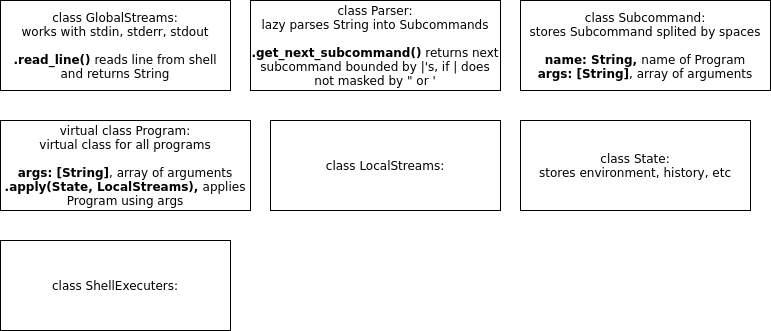
Earlier version of the draw.io export bash/diagrams/classes.png (ruthenium96/architecture2022). Source tidied: cells renumbered, new cells last; positions are measured from the earlier drawing's top-left corner, leaving out a move shared by most shapes.
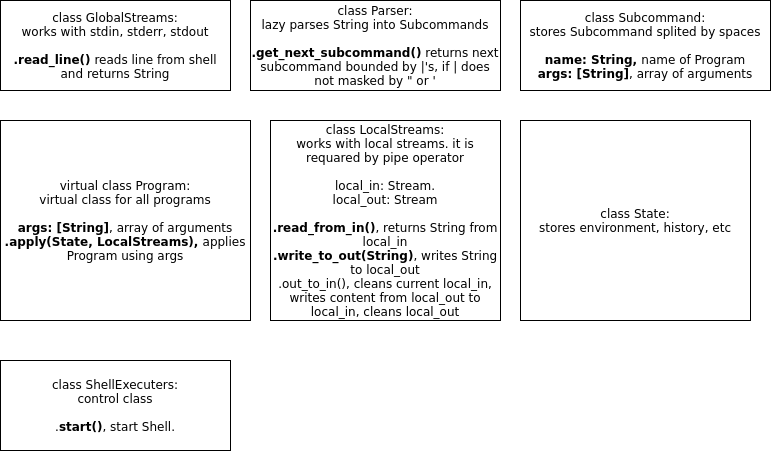
After the commit.

Commit message:
Diagram of classes, update.

What changed in the source:
```diff
@@ -12,16 +12,16 @@
       <mxGeometry x="520" width="250" height="90" as="geometry" />
     </mxCell>
     <mxCell id="5" value="virtual class Program:&lt;br&gt;virtual class for all programs&lt;br&gt;&lt;br&gt;&lt;b&gt;args: [String]&lt;/b&gt;, array of arguments&lt;br&gt;&lt;b&gt;.apply(State, LocalStreams), &lt;/b&gt;applies Program using args" style="rounded=0;whiteSpace=wrap;html=1;" parent="1" vertex="1">
-      <mxGeometry y="120" width="250" height="90" as="geometry" />
+      <mxGeometry y="120" width="250" height="200" as="geometry" />
     </mxCell>
-    <mxCell id="6" value="class LocalStreams:&lt;br&gt;" style="rounded=0;whiteSpace=wrap;html=1;" parent="1" vertex="1">
-      <mxGeometry x="270" y="120" width="230" height="90" as="geometry" />
+    <mxCell id="6" value="class LocalStreams:&lt;br&gt;works with local streams. it is requared by pipe operator&lt;br&gt;&lt;br&gt;local_in: Stream.&lt;br&gt;local_out: Stream&lt;br&gt;&lt;br&gt;&lt;b&gt;.read_from_in()&lt;/b&gt;, returns String from local_in&lt;br&gt;&lt;b&gt;.write_to_out(String)&lt;/b&gt;, writes String to local_out&lt;br&gt;.out_to_in(), cleans current local_in, writes content from local_out to local_in, cleans local_out" style="rounded=0;whiteSpace=wrap;html=1;" parent="1" vertex="1">
+      <mxGeometry x="270" y="120" width="230" height="200" as="geometry" />
     </mxCell>
     <mxCell id="7" value="class State:&lt;br&gt;stores environment, history, etc" style="rounded=0;whiteSpace=wrap;html=1;" parent="1" vertex="1">
-      <mxGeometry x="520" y="120" width="230" height="90" as="geometry" />
+      <mxGeometry x="520" y="120" width="230" height="200" as="geometry" />
     </mxCell>
-    <mxCell id="8" value="class ShellExecuters:" style="rounded=0;whiteSpace=wrap;html=1;" parent="1" vertex="1">
-      <mxGeometry y="240" width="230" height="90" as="geometry" />
+    <mxCell id="8" value="class ShellExecuters:&lt;br&gt;control class&lt;br&gt;&lt;br&gt;.&lt;b&gt;start()&lt;/b&gt;, start Shell." style="rounded=0;whiteSpace=wrap;html=1;" parent="1" vertex="1">
+      <mxGeometry y="360" width="230" height="90" as="geometry" />
     </mxCell>
   </root>
 </mxGraphModel>
```
